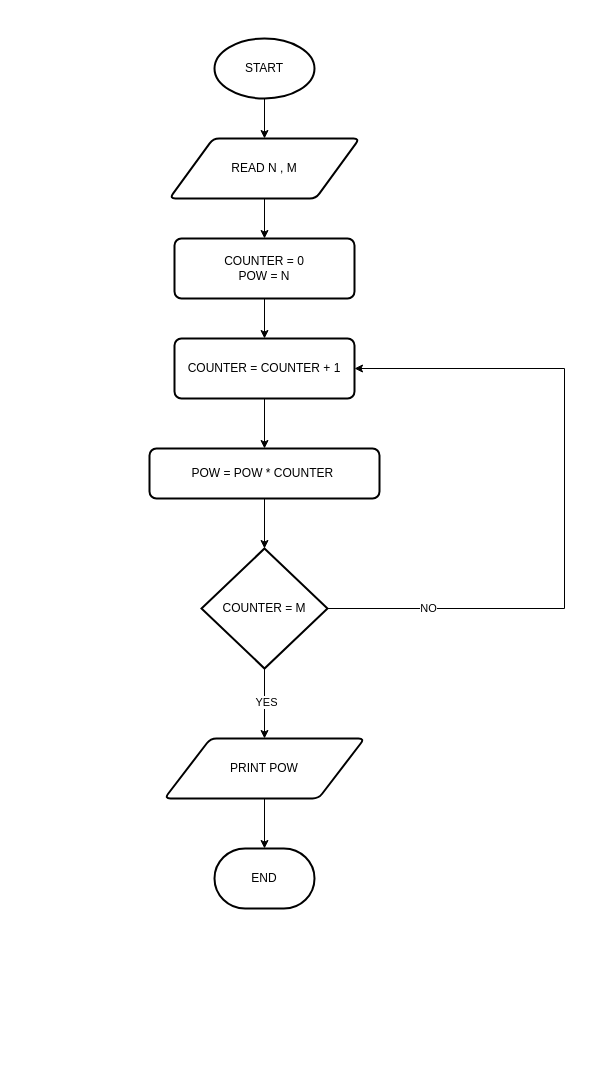
This is Problem 32.drawio from YOUSSEF5658/-Algorithms-Problem-Solving-Level-1, a draw.io file, before an edit. Source tidied: cells renumbered, new cells numbered last; positions are measured from the earlier drawing's top-left corner, leaving out a move shared by most shapes. Both pictures are drawn from the tidied source at 100%, with x=0, y=0 at pixel (149, 38).
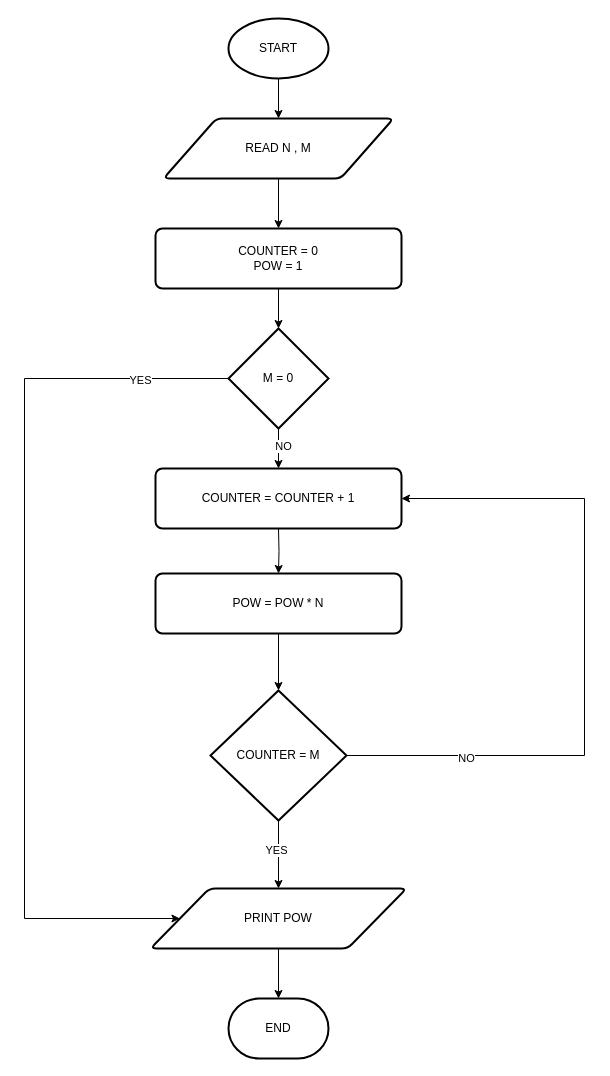
The same page after the edit.

Commit message:
Problem #32 - Power of M

What changed in the source:
```diff
@@
-    <mxCell id="2" style="edgeStyle=orthogonalEdgeStyle;rounded=0;jettySize=auto;html=1;exitX=0.5;exitY=1;exitDx=0;exitDy=0;exitPerimeter=0;entryX=0.5;entryY=0;entryDx=0;entryDy=0;" parent="1" edge="1" source="3" target="5">
+    <mxCell id="2" style="edgeStyle=orthogonalEdgeStyle;rounded=0;jettySize=auto;html=1;exitX=0.5;exitY=1;exitDx=0;exitDy=0;exitPerimeter=0;" parent="1" edge="1" source="3" target="5">
       <mxGeometry relative="1" as="geometry" />
     </mxCell>
     <mxCell id="3" value="START" style="strokeWidth=2;html=1;shape=mxgraph.flowchart.start_1;whiteSpace=wrap;" parent="1" vertex="1">
-      <mxGeometry x="65" width="100" height="60" as="geometry" />
+      <mxGeometry x="79" y="-20" width="100" height="60" as="geometry" />
     </mxCell>
-    <mxCell id="4" style="edgeStyle=orthogonalEdgeStyle;rounded=0;jettySize=auto;html=1;exitX=0.5;exitY=1;exitDx=0;exitDy=0;" parent="1" edge="1" source="5" target="7">
-      <mxGeometry relative="1" as="geometry" />
-    </mxCell>
+    <mxCell id="20" style="edgeStyle=orthogonalEdgeStyle;rounded=0;jettySize=auto;html=1;exitX=0.5;exitY=1;exitDx=0;exitDy=0;entryX=0.5;entryY=0;entryDx=0;entryDy=0;" parent="1" edge="1" source="5" target="21">
+      <mxGeometry relative="1" as="geometry" />
+    </mxCell>
     <mxCell id="5" value="READ N , M" style="shape=parallelogram;html=1;strokeWidth=2;perimeter=parallelogramPerimeter;whiteSpace=wrap;rounded=1;arcSize=12;size=0.23;" parent="1" vertex="1">
-      <mxGeometry x="20" y="100" width="190" height="60" as="geometry" />
+      <mxGeometry x="14" y="80" width="230" height="60" as="geometry" />
     </mxCell>
-    <mxCell id="6" style="edgeStyle=orthogonalEdgeStyle;rounded=0;jettySize=auto;html=1;exitX=0.5;exitY=1;exitDx=0;exitDy=0;entryX=0.5;entryY=0;entryDx=0;entryDy=0;" parent="1" edge="1" source="7" target="9">
-      <mxGeometry relative="1" as="geometry" />
-    </mxCell>
-    <mxCell id="7" value="COUNTER = 0&lt;div&gt;POW = N&lt;/div&gt;" style="rounded=1;whiteSpace=wrap;html=1;absoluteArcSize=1;arcSize=14;strokeWidth=2;" parent="1" vertex="1">
-      <mxGeometry x="25" y="200" width="180" height="60" as="geometry" />
-    </mxCell>
-    <mxCell id="8" style="edgeStyle=orthogonalEdgeStyle;rounded=0;jettySize=auto;html=1;exitX=0.5;exitY=1;exitDx=0;exitDy=0;entryX=0.5;entryY=0;entryDx=0;entryDy=0;" parent="1" edge="1" source="9" target="10">
-      <mxGeometry relative="1" as="geometry" />
-    </mxCell>
+    <mxCell id="21" value="COUNTER = 0&lt;div&gt;POW = 1&lt;/div&gt;" style="rounded=1;whiteSpace=wrap;html=1;absoluteArcSize=1;arcSize=14;strokeWidth=2;" parent="1" vertex="1">
+      <mxGeometry x="6" y="190" width="246" height="60" as="geometry" />
+    </mxCell>
+    <mxCell id="22" style="edgeStyle=orthogonalEdgeStyle;rounded=0;jettySize=auto;html=1;exitX=0.5;exitY=1;exitDx=0;exitDy=0;entryX=0.5;entryY=0;entryDx=0;entryDy=0;" parent="1" edge="1" target="26">
+      <mxGeometry relative="1" as="geometry">
+        <mxPoint x="129" y="490" as="sourcePoint" />
+      </mxGeometry>
+    </mxCell>
     <mxCell id="9" value="COUNTER = COUNTER + 1" style="rounded=1;whiteSpace=wrap;html=1;absoluteArcSize=1;arcSize=14;strokeWidth=2;" parent="1" vertex="1">
-      <mxGeometry x="25" y="300" width="180" height="60" as="geometry" />
+      <mxGeometry x="6" y="430" width="246" height="60" as="geometry" />
     </mxCell>
-    <mxCell id="10" value="POW = POW * COUNTER&amp;nbsp;" style="rounded=1;whiteSpace=wrap;html=1;absoluteArcSize=1;arcSize=14;strokeWidth=2;" parent="1" vertex="1">
-      <mxGeometry y="410" width="230" height="50" as="geometry" />
-    </mxCell>
-    <mxCell id="11" style="edgeStyle=orthogonalEdgeStyle;rounded=0;jettySize=auto;html=1;exitX=0.5;exitY=1;exitDx=0;exitDy=0;exitPerimeter=0;entryX=0.5;entryY=0;entryDx=0;entryDy=0;" parent="1" edge="1" source="15" target="17">
+    <mxCell id="11" style="edgeStyle=orthogonalEdgeStyle;rounded=0;jettySize=auto;html=1;exitX=0.5;exitY=1;exitDx=0;exitDy=0;exitPerimeter=0;" parent="1" edge="1" source="15" target="17">
       <mxGeometry relative="1" as="geometry" />
     </mxCell>
-    <mxCell id="12" value="YES" style="edgeLabel;html=1;align=center;verticalAlign=middle;" parent="11" vertex="1">
-      <mxGeometry x="-0.05" y="1" relative="1" as="geometry" />
-    </mxCell>
-    <mxCell id="13" style="edgeStyle=orthogonalEdgeStyle;rounded=0;jettySize=auto;html=1;exitX=1;exitY=0.5;exitDx=0;exitDy=0;exitPerimeter=0;entryX=1;entryY=0.5;entryDx=0;entryDy=0;" parent="1" edge="1" source="15" target="9">
-      <mxGeometry relative="1" as="geometry">
-        <Array as="points">
-          <mxPoint x="415" y="570" />
-          <mxPoint x="415" y="330" />
-        </Array>
-      </mxGeometry>
-    </mxCell>
-    <mxCell id="14" value="NO" style="edgeLabel;html=1;align=center;verticalAlign=middle;" parent="13" vertex="1">
-      <mxGeometry x="-0.71" y="1" relative="1" as="geometry" />
-    </mxCell>
+    <mxCell id="23" value="YES" style="edgeLabel;html=1;align=center;verticalAlign=middle;" parent="11" vertex="1">
+      <mxGeometry x="-0.14" y="-3" relative="1" as="geometry" />
+    </mxCell>
+    <mxCell id="24" style="edgeStyle=orthogonalEdgeStyle;rounded=0;jettySize=auto;html=1;exitX=1;exitY=0.5;exitDx=0;exitDy=0;exitPerimeter=0;entryX=1;entryY=0.5;entryDx=0;entryDy=0;" parent="1" edge="1" source="15">
+      <mxGeometry relative="1" as="geometry">
+        <mxPoint x="252" y="460" as="targetPoint" />
+        <Array as="points">
+          <mxPoint x="435" y="717" />
+          <mxPoint x="435" y="460" />
+        </Array>
+      </mxGeometry>
+    </mxCell>
+    <mxCell id="25" value="NO" style="edgeLabel;html=1;align=center;verticalAlign=middle;" parent="24" vertex="1">
+      <mxGeometry x="-0.65" y="-2" relative="1" as="geometry" />
+    </mxCell>
     <mxCell id="15" value="COUNTER = M" style="strokeWidth=2;html=1;shape=mxgraph.flowchart.decision;whiteSpace=wrap;" parent="1" vertex="1">
-      <mxGeometry x="52" y="510" width="126" height="120" as="geometry" />
+      <mxGeometry x="61" y="652" width="136" height="130" as="geometry" />
     </mxCell>
+    <mxCell id="26" value="POW = POW * N" style="rounded=1;whiteSpace=wrap;html=1;absoluteArcSize=1;arcSize=14;strokeWidth=2;" parent="1" vertex="1">
+      <mxGeometry x="6" y="535" width="246" height="60" as="geometry" />
+    </mxCell>
+    <mxCell id="27" style="edgeStyle=orthogonalEdgeStyle;rounded=0;jettySize=auto;html=1;exitX=0.5;exitY=1;exitDx=0;exitDy=0;entryX=0.5;entryY=0;entryDx=0;entryDy=0;entryPerimeter=0;" parent="1" edge="1" source="26" target="15">
+      <mxGeometry relative="1" as="geometry" />
+    </mxCell>
@@
     <mxCell id="17" value="PRINT POW" style="shape=parallelogram;html=1;strokeWidth=2;perimeter=parallelogramPerimeter;whiteSpace=wrap;rounded=1;arcSize=12;size=0.23;" parent="1" vertex="1">
-      <mxGeometry x="15" y="700" width="200" height="60" as="geometry" />
+      <mxGeometry x="1" y="850" width="256" height="60" as="geometry" />
     </mxCell>
-    <mxCell id="18" style="edgeStyle=orthogonalEdgeStyle;rounded=0;jettySize=auto;html=1;exitX=0.5;exitY=1;exitDx=0;exitDy=0;entryX=0.5;entryY=0;entryDx=0;entryDy=0;entryPerimeter=0;" parent="1" edge="1" source="10" target="15">
-      <mxGeometry relative="1" as="geometry" />
-    </mxCell>
     <mxCell id="19" value="END" style="strokeWidth=2;html=1;shape=mxgraph.flowchart.terminator;whiteSpace=wrap;" parent="1" vertex="1">
-      <mxGeometry x="65" y="810" width="100" height="60" as="geometry" />
+      <mxGeometry x="79" y="960" width="100" height="60" as="geometry" />
     </mxCell>
+    <mxCell id="28" style="edgeStyle=orthogonalEdgeStyle;rounded=0;jettySize=auto;html=1;exitX=0;exitY=0.5;exitDx=0;exitDy=0;exitPerimeter=0;entryX=0;entryY=0.5;entryDx=0;entryDy=0;" parent="1" edge="1" source="32" target="17">
+      <mxGeometry relative="1" as="geometry">
+        <Array as="points">
+          <mxPoint x="-125" y="340" />
+          <mxPoint x="-125" y="880" />
+        </Array>
+      </mxGeometry>
+    </mxCell>
+    <mxCell id="29" value="YES" style="edgeLabel;html=1;align=center;verticalAlign=middle;" parent="28" vertex="1">
+      <mxGeometry x="-0.8" y="1" relative="1" as="geometry">
+        <mxPoint x="1" as="offset" />
+      </mxGeometry>
+    </mxCell>
+    <mxCell id="30" style="edgeStyle=orthogonalEdgeStyle;rounded=0;jettySize=auto;html=1;exitX=0.5;exitY=1;exitDx=0;exitDy=0;exitPerimeter=0;entryX=0.5;entryY=0;entryDx=0;entryDy=0;" parent="1" edge="1" source="32" target="9">
+      <mxGeometry relative="1" as="geometry" />
+    </mxCell>
+    <mxCell id="31" value="NO" style="edgeLabel;html=1;align=center;verticalAlign=middle;" parent="30" vertex="1">
+      <mxGeometry x="-0.13" y="4" relative="1" as="geometry" />
+    </mxCell>
+    <mxCell id="32" value="M = 0" style="strokeWidth=2;html=1;shape=mxgraph.flowchart.decision;whiteSpace=wrap;" parent="1" vertex="1">
+      <mxGeometry x="79" y="290" width="100" height="100" as="geometry" />
+    </mxCell>
+    <mxCell id="33" style="edgeStyle=orthogonalEdgeStyle;rounded=0;jettySize=auto;html=1;exitX=0.5;exitY=1;exitDx=0;exitDy=0;entryX=0.5;entryY=0;entryDx=0;entryDy=0;entryPerimeter=0;" parent="1" edge="1" source="21" target="32">
+      <mxGeometry relative="1" as="geometry" />
+    </mxCell>
```
